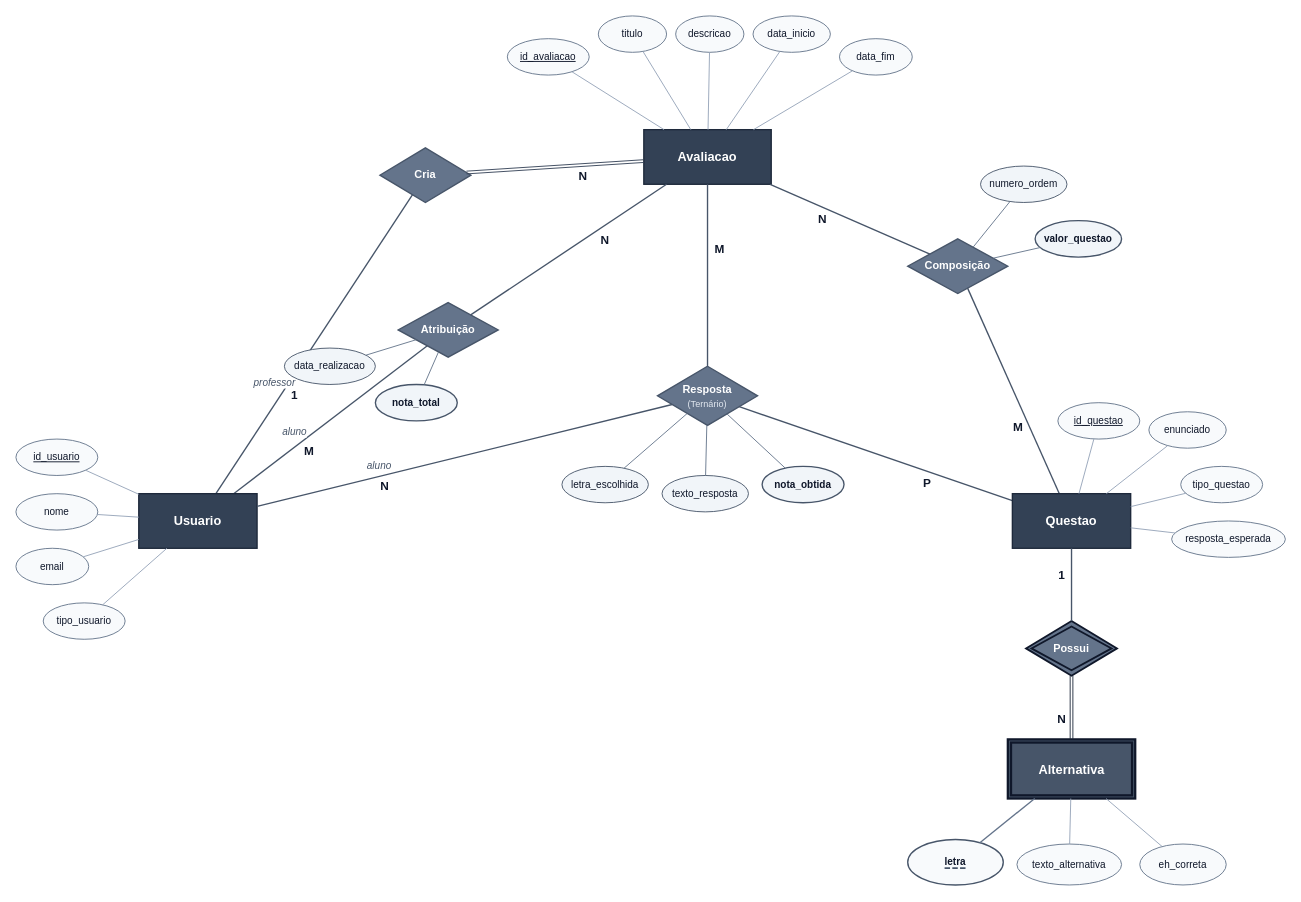
Above: docs/DER.drawio in fafelixcardoso/sistema-avaliacoes-bd (draw.io), before the change. Source tidied: cells renumbered, new cells numbered last; positions are measured from the earlier drawing's top-left corner, leaving out a move shared by most shapes. Both pictures are drawn from the tidied source at 91%, with x=0, y=0 at pixel (15, 15).
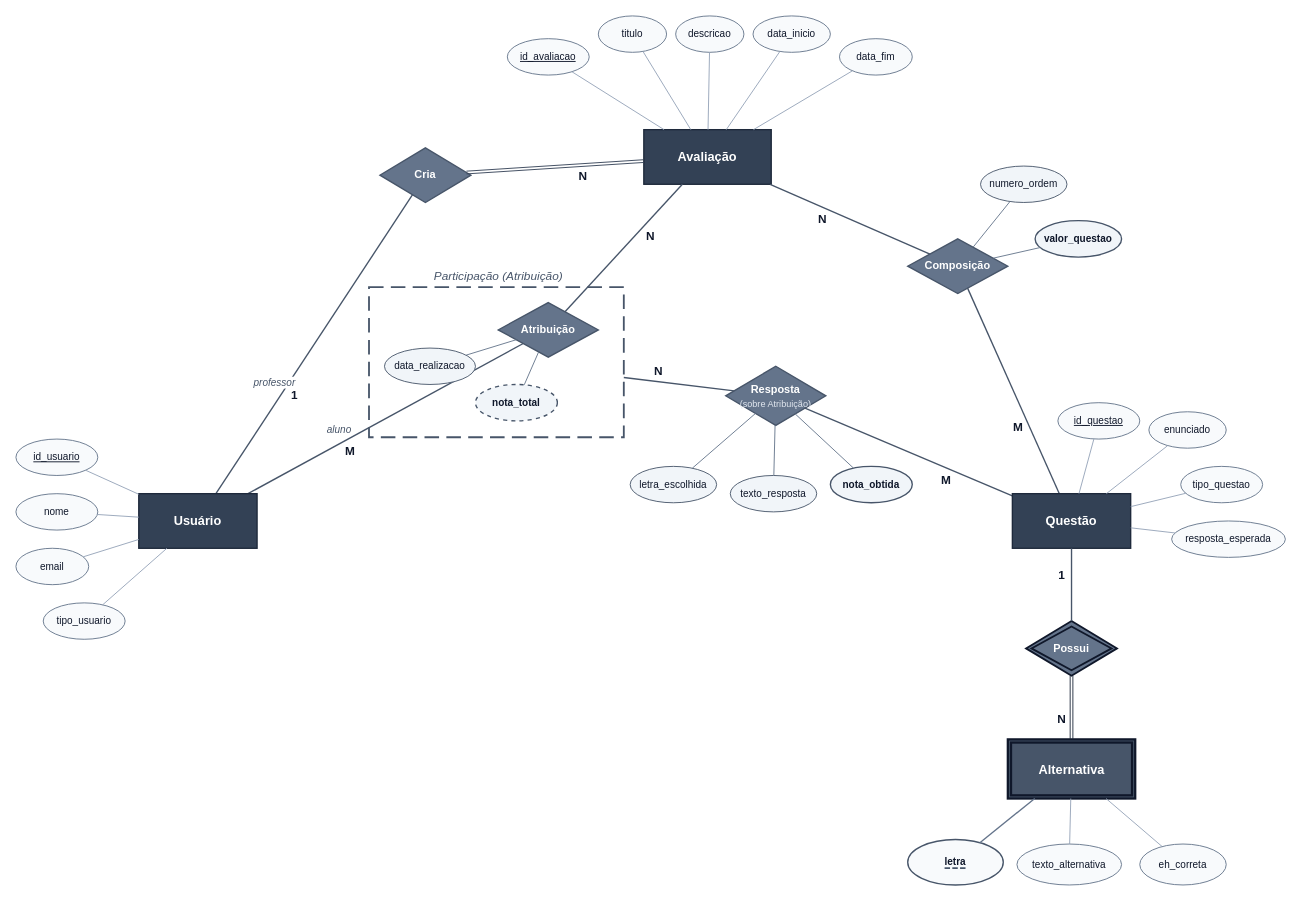
After the change.

Commit message:
feat(repo): mudança der

Unchanged cells that the change refers to:
```xml
<mxCell id="14" style="endArrow=none;html=1;strokeColor=#475569;strokeWidth=1.5;" parent="1" edge="1" source="29" target="13">
  <mxGeometry relative="1" as="geometry" />
</mxCell>
<mxCell id="44" style="endArrow=none;html=1;strokeColor=#475569;strokeWidth=1.5;" parent="1" edge="1" source="38" target="61">
  <mxGeometry relative="1" as="geometry" />
</mxCell>
```

Change to the diagram source:
```diff
@@
-    <mxCell id="2" value="&lt;b&gt;Avaliacao&lt;/b&gt;" style="rounded=0;whiteSpace=wrap;html=1;fillColor=#334155;fontColor=#ffffff;strokeColor=#1E293B;strokeWidth=1.5;fontSize=14;" parent="1" vertex="1">
+    <mxCell id="2" value="&lt;b&gt;Avaliação&lt;/b&gt;" style="rounded=0;whiteSpace=wrap;html=1;fillColor=#334155;fontColor=#ffffff;strokeColor=#1E293B;strokeWidth=1.5;fontSize=14;" parent="1" vertex="1">
       <mxGeometry x="690" y="125" width="140" height="60" as="geometry" />
     </mxCell>
@@
+    <mxCell id="82" value="Participação (Atribuição)" style="edgeLabel;html=1;align=center;verticalAlign=middle;fontSize=13;fontColor=#475569;fontStyle=2;" parent="14" vertex="1">
+      <mxGeometry x="-0.3" y="14" relative="1" as="geometry">
+        <mxPoint x="246" y="-117" as="offset" />
+      </mxGeometry>
+    </mxCell>
@@
+    <mxCell id="83" style="rounded=0;whiteSpace=wrap;html=1;fillColor=none;strokeColor=#475569;strokeWidth=2;dashed=1;dashPattern=8 4;" parent="1" vertex="1">
+      <mxGeometry x="388" y="298" width="280" height="165" as="geometry" />
+    </mxCell>
     <mxCell id="19" value="&lt;b&gt;Atribuição&lt;/b&gt;" style="rhombus;whiteSpace=wrap;html=1;fillColor=#64748B;fontColor=#ffffff;strokeColor=#475569;strokeWidth=1.5;fontSize=12;" parent="1" vertex="1">
-      <mxGeometry x="420" y="315" width="110" height="60" as="geometry" />
+      <mxGeometry x="530" y="315" width="110" height="60" as="geometry" />
     </mxCell>
@@
     <mxCell id="25" value="data_realizacao" style="ellipse;whiteSpace=wrap;html=1;fillColor=#F1F5F9;strokeColor=#475569;fontSize=11;fontColor=#0F172A;" parent="1" vertex="1">
-      <mxGeometry x="295" y="365" width="100" height="40" as="geometry" />
+      <mxGeometry x="405" y="365" width="100" height="40" as="geometry" />
     </mxCell>
@@
-    <mxCell id="27" value="&lt;b&gt;nota_total&lt;/b&gt;" style="ellipse;whiteSpace=wrap;html=1;fillColor=#F1F5F9;strokeColor=#475569;strokeWidth=1.5;fontSize=11;fontColor=#0F172A;" parent="1" vertex="1">
-      <mxGeometry x="395" y="405" width="90" height="40" as="geometry" />
+    <mxCell id="27" value="&lt;b&gt;nota_total&lt;/b&gt;" style="ellipse;whiteSpace=wrap;html=1;dashed=1;fillColor=#F1F5F9;strokeColor=#475569;strokeWidth=1.5;fontSize=11;fontColor=#0F172A;" parent="1" vertex="1">
+      <mxGeometry x="505" y="405" width="90" height="40" as="geometry" />
     </mxCell>
@@
-    <mxCell id="29" value="&lt;b&gt;Usuario&lt;/b&gt;" style="rounded=0;whiteSpace=wrap;html=1;fillColor=#334155;fontColor=#ffffff;strokeColor=#1E293B;strokeWidth=1.5;fontSize=14;" parent="1" vertex="1">
+    <mxCell id="29" value="&lt;b&gt;Usuário&lt;/b&gt;" style="rounded=0;whiteSpace=wrap;html=1;fillColor=#334155;fontColor=#ffffff;strokeColor=#1E293B;strokeWidth=1.5;fontSize=14;" parent="1" vertex="1">
       <mxGeometry x="135" y="525" width="130" height="60" as="geometry" />
     </mxCell>
@@
-    <mxCell id="38" value="&lt;b&gt;Resposta&lt;/b&gt;&lt;br&gt;&lt;font size=&quot;1&quot; color=&quot;#E2E8F0&quot;&gt;(Ternário)&lt;/font&gt;" style="rhombus;whiteSpace=wrap;html=1;fillColor=#64748B;fontColor=#ffffff;strokeColor=#475569;strokeWidth=1.5;fontSize=12;" parent="1" vertex="1">
-      <mxGeometry x="705" y="385" width="110" height="65" as="geometry" />
+    <mxCell id="38" value="&lt;b&gt;Resposta&lt;/b&gt;&lt;br&gt;&lt;font size=&quot;1&quot; color=&quot;#E2E8F0&quot;&gt;(sobre Atribuição)&lt;/font&gt;" style="rhombus;whiteSpace=wrap;html=1;fillColor=#64748B;fontColor=#ffffff;strokeColor=#475569;strokeWidth=1.5;fontSize=12;" parent="1" vertex="1">
+      <mxGeometry x="780" y="385" width="110" height="65" as="geometry" />
     </mxCell>
-    <mxCell id="39" style="endArrow=none;html=1;strokeColor=#475569;strokeWidth=1.5;" parent="1" edge="1" source="38" target="2">
-      <mxGeometry relative="1" as="geometry" />
-    </mxCell>
-    <mxCell id="40" value="M" style="edgeLabel;html=1;align=center;verticalAlign=middle;fontSize=13;fontColor=#0F172A;fontStyle=1;" parent="39" vertex="1">
-      <mxGeometry x="0.3" y="-12" relative="1" as="geometry" />
-    </mxCell>
-    <mxCell id="41" style="endArrow=none;html=1;strokeColor=#475569;strokeWidth=1.5;" parent="1" edge="1" source="38" target="29">
-      <mxGeometry relative="1" as="geometry" />
-    </mxCell>
+    <mxCell id="84" style="endArrow=none;html=1;strokeColor=#475569;strokeWidth=1.5;" parent="1" edge="1" source="38" target="83">
+      <mxGeometry relative="1" as="geometry" />
+    </mxCell>
-    <mxCell id="42" value="N" style="edgeLabel;html=1;align=center;verticalAlign=middle;fontSize=13;fontColor=#0F172A;fontStyle=1;" parent="41" vertex="1">
-      <mxGeometry x="0.4" y="10" relative="1" as="geometry" />
+    <mxCell id="42" value="N" style="edgeLabel;html=1;align=center;verticalAlign=middle;fontSize=13;fontColor=#0F172A;fontStyle=1;" parent="84" vertex="1">
+      <mxGeometry x="0.4" y="-12" relative="1" as="geometry" />
     </mxCell>
-    <mxCell id="43" value="aluno" style="edgeLabel;html=1;align=center;verticalAlign=middle;fontSize=11;fontColor=#475569;fontStyle=2;" parent="41" vertex="1">
-      <mxGeometry x="0.4" y="-12" relative="1" as="geometry" />
-    </mxCell>
@@
-    <mxCell id="45" value="P" style="edgeLabel;html=1;align=center;verticalAlign=middle;fontSize=13;fontColor=#0F172A;fontStyle=1;" parent="44" vertex="1">
+    <mxCell id="45" value="M" style="edgeLabel;html=1;align=center;verticalAlign=middle;fontSize=13;fontColor=#0F172A;fontStyle=1;" parent="44" vertex="1">
       <mxGeometry x="0.4" y="-12" relative="1" as="geometry" />
     </mxCell>
     <mxCell id="46" value="letra_escolhida" style="ellipse;whiteSpace=wrap;html=1;fillColor=#F1F5F9;strokeColor=#475569;fontSize=11;fontColor=#0F172A;" parent="1" vertex="1">
-      <mxGeometry x="600" y="495" width="95" height="40" as="geometry" />
+      <mxGeometry x="675" y="495" width="95" height="40" as="geometry" />
     </mxCell>
@@
     <mxCell id="48" value="texto_resposta" style="ellipse;whiteSpace=wrap;html=1;fillColor=#F1F5F9;strokeColor=#475569;fontSize=11;fontColor=#0F172A;" parent="1" vertex="1">
-      <mxGeometry x="710" y="505" width="95" height="40" as="geometry" />
+      <mxGeometry x="785" y="505" width="95" height="40" as="geometry" />
     </mxCell>
@@
     <mxCell id="50" value="&lt;b&gt;nota_obtida&lt;/b&gt;" style="ellipse;whiteSpace=wrap;html=1;fillColor=#F1F5F9;strokeColor=#475569;strokeWidth=1.5;fontSize=11;fontColor=#0F172A;" parent="1" vertex="1">
-      <mxGeometry x="820" y="495" width="90" height="40" as="geometry" />
+      <mxGeometry x="895" y="495" width="90" height="40" as="geometry" />
     </mxCell>
@@
-    <mxCell id="61" value="&lt;b&gt;Questao&lt;/b&gt;" style="rounded=0;whiteSpace=wrap;html=1;fillColor=#334155;fontColor=#ffffff;strokeColor=#1E293B;strokeWidth=1.5;fontSize=14;" parent="1" vertex="1">
+    <mxCell id="61" value="&lt;b&gt;Questão&lt;/b&gt;" style="rounded=0;whiteSpace=wrap;html=1;fillColor=#334155;fontColor=#ffffff;strokeColor=#1E293B;strokeWidth=1.5;fontSize=14;" parent="1" vertex="1">
       <mxGeometry x="1095" y="525" width="130" height="60" as="geometry" />
     </mxCell>
```
